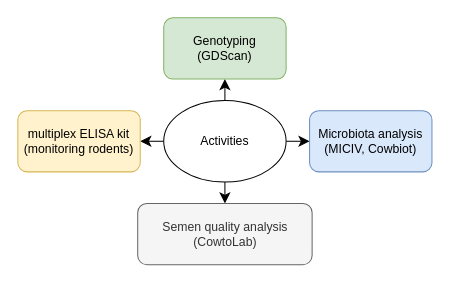
Before: GD.drawio in Sarani-NS/Sarani-NS, a draw.io diagram. Source tidied: cells renumbered, new cells numbered last; positions are measured from the earlier drawing's top-left corner, leaving out a move shared by most shapes. Both pictures are drawn from the tidied source at 102%, with x=0, y=0 at pixel (17, 17).
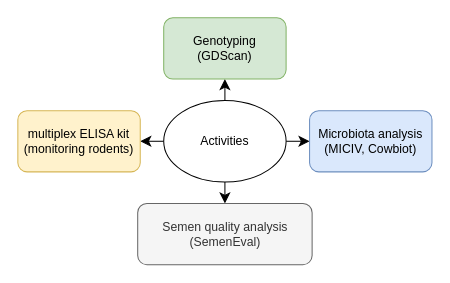
The same page after the edit.

Commit message (it also covers changes not shown here):
Mettre à jour GD.drawio

Change to the diagram source:
```diff
@@
 <mxGraphModel>
   <root>
     <mxCell id="0" />
     <mxCell id="1" parent="0" />
     <mxCell id="2" style="edgeStyle=none;curved=1;rounded=0;jettySize=auto;html=1;exitX=0.5;exitY=1;exitDx=0;exitDy=0;entryX=0.5;entryY=0;entryDx=0;entryDy=0;fontSize=12;startSize=8;endSize=8;" parent="1" edge="1" source="6" target="7">
       <mxGeometry relative="1" as="geometry" />
     </mxCell>
     <mxCell id="3" style="edgeStyle=none;curved=1;rounded=0;jettySize=auto;html=1;exitX=0;exitY=0.5;exitDx=0;exitDy=0;entryX=1;entryY=0.5;entryDx=0;entryDy=0;fontSize=12;startSize=8;endSize=8;" parent="1" edge="1" source="6" target="8">
       <mxGeometry relative="1" as="geometry" />
     </mxCell>
     <mxCell id="4" style="edgeStyle=none;curved=1;rounded=0;jettySize=auto;html=1;exitX=0.5;exitY=0;exitDx=0;exitDy=0;entryX=0.5;entryY=1;entryDx=0;entryDy=0;fontSize=12;startSize=8;endSize=8;" parent="1" edge="1" source="6" target="10">
       <mxGeometry relative="1" as="geometry" />
     </mxCell>
     <mxCell id="5" style="edgeStyle=none;curved=1;rounded=0;jettySize=auto;html=1;exitX=1;exitY=0.5;exitDx=0;exitDy=0;entryX=0;entryY=0.5;entryDx=0;entryDy=0;fontSize=12;startSize=8;endSize=8;" parent="1" edge="1" source="6" target="9">
       <mxGeometry relative="1" as="geometry" />
     </mxCell>
     <mxCell id="6" value="Activities" style="ellipse;whiteSpace=wrap;html=1;" parent="1" vertex="1">
       <mxGeometry x="143" y="81" width="120" height="80" as="geometry" />
     </mxCell>
-    <mxCell id="7" value="Semen quality analysis (CowtoLab)" style="rounded=1;whiteSpace=wrap;html=1;fillColor=#f5f5f5;fontColor=#333333;strokeColor=#666666;" parent="1" vertex="1">
+    <mxCell id="7" value="Semen quality analysis (SemenEval)" style="rounded=1;whiteSpace=wrap;html=1;fillColor=#f5f5f5;fontColor=#333333;strokeColor=#666666;" parent="1" vertex="1">
       <mxGeometry x="117.5" y="182" width="171" height="60" as="geometry" />
     </mxCell>
     <mxCell id="8" value="multiplex ELISA kit (monitoring rodents)" style="rounded=1;whiteSpace=wrap;html=1;fillColor=#fff2cc;strokeColor=#d6b656;" parent="1" vertex="1">
       <mxGeometry y="91" width="120" height="60" as="geometry" />
     </mxCell>
     <mxCell id="9" value="Microbiota analysis (MICIV, Cowbiot)" style="rounded=1;whiteSpace=wrap;html=1;fillColor=#dae8fc;strokeColor=#6c8ebf;" parent="1" vertex="1">
       <mxGeometry x="286" y="91" width="120" height="60" as="geometry" />
     </mxCell>
     <mxCell id="10" value="Genotyping (GDScan)" style="rounded=1;whiteSpace=wrap;html=1;fillColor=#d5e8d4;strokeColor=#82b366;" parent="1" vertex="1">
       <mxGeometry x="143" width="120" height="60" as="geometry" />
     </mxCell>
   </root>
 </mxGraphModel>
```
